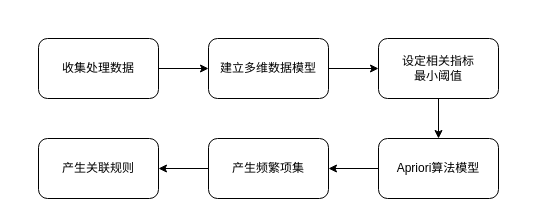
Earlier version of the draw.io diagram 关联规则Apriori算法挖掘流程.drawio (fangjiarong/docs). Source tidied: cells renumbered, new cells numbered last; positions are measured from the earlier drawing's top-left corner, leaving out a move shared by most shapes. Both pictures are drawn from the tidied source at 100%, with x=0, y=0 at pixel (38, 38).
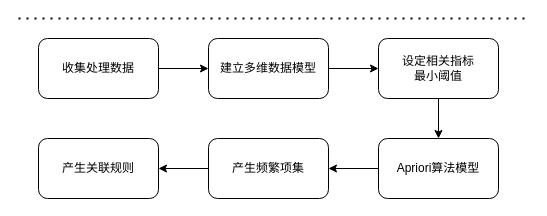
Above is the later version.

Commit message (it also covers changes not shown here):
更新关联规则Apriori算法挖掘流程.drawio

Change to the diagram source:
```diff
@@
 <mxGraphModel>
   <root>
     <mxCell id="0" />
     <mxCell id="1" parent="0" />
     <mxCell id="2" value="收集处理数据" style="rounded=1;whiteSpace=wrap;html=1;" parent="1" vertex="1">
       <mxGeometry width="120" height="60" as="geometry" />
     </mxCell>
     <mxCell id="3" value="产生频繁项集" style="rounded=1;whiteSpace=wrap;html=1;" parent="1" vertex="1">
       <mxGeometry x="170" y="100" width="120" height="60" as="geometry" />
     </mxCell>
     <mxCell id="4" value="建立多维数据模型" style="rounded=1;whiteSpace=wrap;html=1;" parent="1" vertex="1">
       <mxGeometry x="170" width="120" height="60" as="geometry" />
     </mxCell>
     <mxCell id="5" value="设定相关指标&lt;br&gt;最小阈值" style="rounded=1;whiteSpace=wrap;html=1;" parent="1" vertex="1">
       <mxGeometry x="340" width="120" height="60" as="geometry" />
     </mxCell>
     <mxCell id="6" value="产生关联规则" style="rounded=1;whiteSpace=wrap;html=1;" parent="1" vertex="1">
       <mxGeometry y="100" width="120" height="60" as="geometry" />
     </mxCell>
     <mxCell id="7" value="Apriori算法模型" style="rounded=1;whiteSpace=wrap;html=1;" parent="1" vertex="1">
       <mxGeometry x="340" y="100" width="120" height="60" as="geometry" />
     </mxCell>
     <mxCell id="8" style="endArrow=classic;html=1;rounded=0;exitX=1;exitY=0.5;exitDx=0;exitDy=0;entryX=0;entryY=0.5;entryDx=0;entryDy=0;" parent="1" edge="1" source="2" target="4">
       <mxGeometry relative="1" as="geometry" />
     </mxCell>
     <mxCell id="9" style="endArrow=classic;html=1;rounded=0;exitX=1;exitY=0.5;exitDx=0;exitDy=0;entryX=0;entryY=0.5;entryDx=0;entryDy=0;" parent="1" edge="1" source="4" target="5">
       <mxGeometry relative="1" as="geometry" />
     </mxCell>
     <mxCell id="10" style="endArrow=classic;html=1;rounded=0;exitX=0.5;exitY=1;exitDx=0;exitDy=0;entryX=0.5;entryY=0;entryDx=0;entryDy=0;" parent="1" edge="1" source="5" target="7">
       <mxGeometry relative="1" as="geometry" />
     </mxCell>
     <mxCell id="11" style="endArrow=classic;html=1;rounded=0;exitX=0;exitY=0.5;exitDx=0;exitDy=0;entryX=1;entryY=0.5;entryDx=0;entryDy=0;" parent="1" edge="1" source="7" target="3">
       <mxGeometry relative="1" as="geometry" />
     </mxCell>
     <mxCell id="12" style="endArrow=classic;html=1;rounded=0;exitX=0;exitY=0.5;exitDx=0;exitDy=0;entryX=1;entryY=0.5;entryDx=0;entryDy=0;" parent="1" edge="1" source="3" target="6">
       <mxGeometry relative="1" as="geometry" />
     </mxCell>
+    <mxCell id="13" style="endArrow=none;dashed=1;html=1;dashPattern=1 3;strokeWidth=2;rounded=0;" parent="1" edge="1">
+      <mxGeometry relative="1" as="geometry">
+        <mxPoint x="-20" y="-20" as="sourcePoint" />
+        <mxPoint x="490" y="-20" as="targetPoint" />
+      </mxGeometry>
+    </mxCell>
   </root>
 </mxGraphModel>
```
